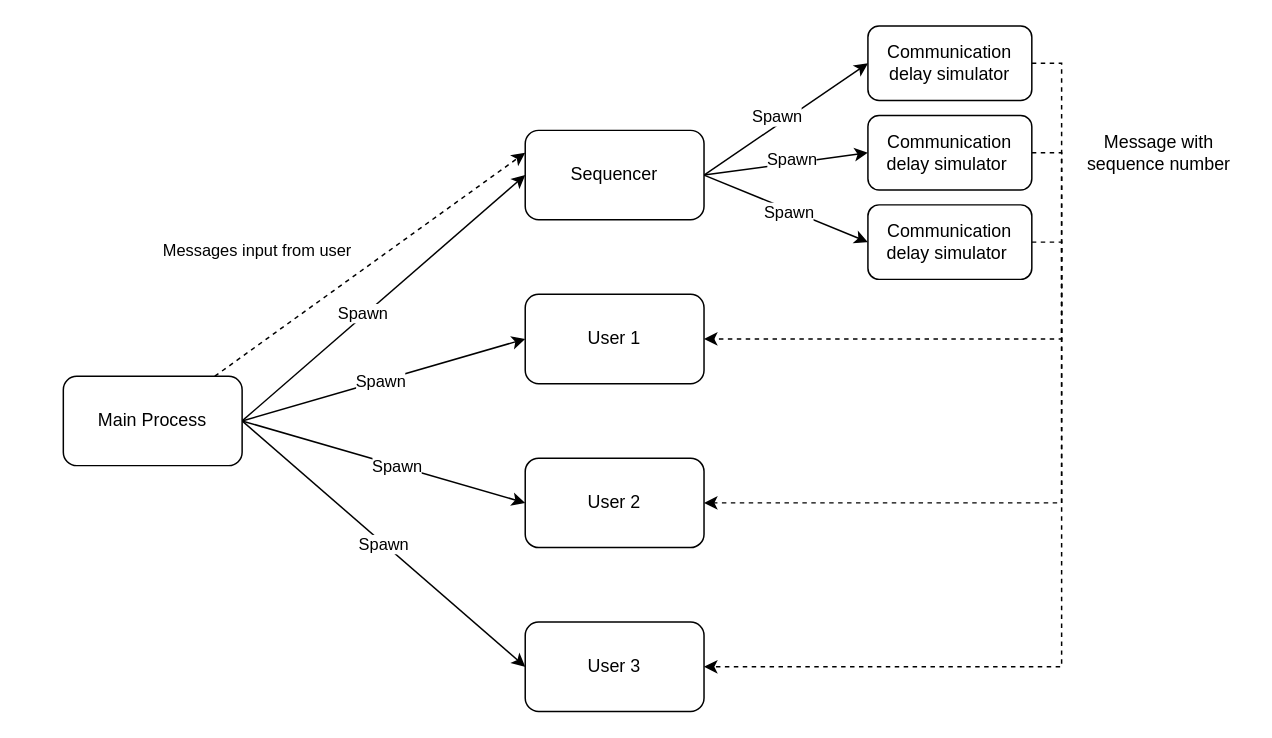
thetkpark/csc371-assignment keeps this draw.io diagram as dline/go/Document/structure.drawio. Above is the earlier version. Source tidied: cells renumbered, new cells numbered last; positions are measured from the earlier drawing's top-left corner, leaving out a move shared by most shapes. Both pictures are drawn from the tidied source at 149%, with x=0, y=0 at pixel (63, 25).
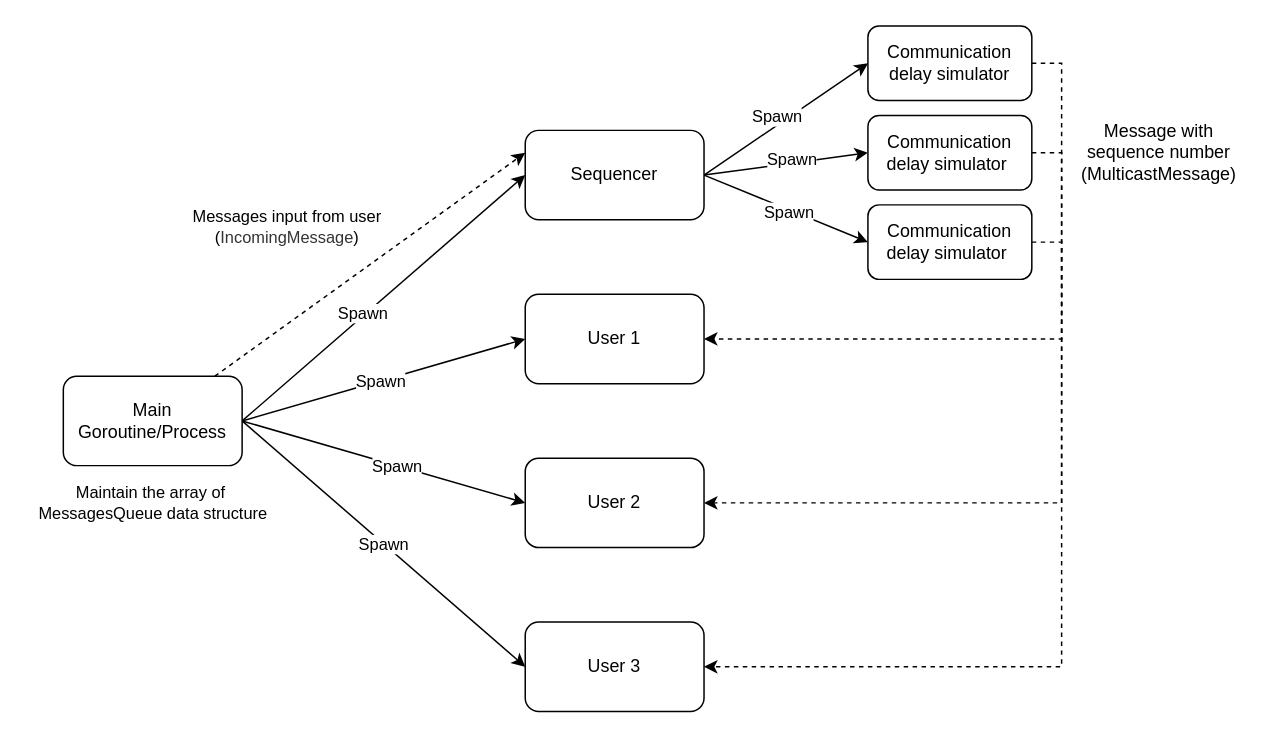
Above is the later version.

Unchanged cells that the change refers to:
```xml
<mxCell id="9" style="rounded=0;jettySize=auto;html=1;entryX=0;entryY=0.25;entryDx=0;entryDy=0;dashed=1;" parent="1" edge="1" source="11" target="18">
  <mxGeometry relative="1" as="geometry" />
</mxCell>
```

What changed in the source:
```diff
@@
-    <mxCell id="10" value="Messages input from user" style="edgeLabel;html=1;align=center;verticalAlign=middle;" parent="9" vertex="1">
-      <mxGeometry x="-0.18" relative="1" as="geometry">
-        <mxPoint x="-57" y="-23" as="offset" />
-      </mxGeometry>
-    </mxCell>
-    <mxCell id="11" value="Main Process" style="rounded=1;whiteSpace=wrap;html=1;" parent="1" vertex="1">
+    <mxCell id="11" value="Main Goroutine/Process" style="rounded=1;whiteSpace=wrap;html=1;" parent="1" vertex="1">
       <mxGeometry y="235" width="120" height="60" as="geometry" />
     </mxCell>
@@
-    <mxCell id="28" value="Message with &lt;br&gt;sequence number" style="text;html=1;align=center;verticalAlign=middle;strokeColor=none;fillColor=none;" parent="1" vertex="1">
-      <mxGeometry x="680" y="70" width="110" height="30" as="geometry" />
+    <mxCell id="28" value="Message with &lt;br&gt;sequence number&lt;br&gt;(MulticastMessage)" style="text;html=1;align=center;verticalAlign=middle;strokeColor=none;fillColor=none;" parent="1" vertex="1">
+      <mxGeometry x="675" y="60" width="120" height="50" as="geometry" />
     </mxCell>
+    <mxCell id="29" value="&lt;span style=&quot;background-color: rgb(255 , 255 , 255)&quot;&gt;Messages input from user&lt;/span&gt;&lt;br&gt;&lt;span style=&quot;background-color: rgb(255 , 255 , 255)&quot;&gt;(&lt;/span&gt;&lt;span style=&quot;box-sizing: border-box ; color: rgb(51 , 51 , 51)&quot;&gt;IncomingMessage&lt;/span&gt;&lt;span style=&quot;background-color: rgb(255 , 255 , 255)&quot;&gt;)&lt;/span&gt;" style="text;html=1;align=center;verticalAlign=middle;strokeColor=none;fillColor=none;fontSize=11;fontFamily=Helvetica;" parent="1" vertex="1">
+      <mxGeometry x="80" y="120" width="140" height="30" as="geometry" />
+    </mxCell>
+    <mxCell id="30" value="&lt;font style=&quot;font-size: 11px&quot;&gt;Maintain the array of&amp;nbsp;&lt;br&gt;&lt;span style=&quot;box-sizing: border-box&quot;&gt;&lt;span class=&quot;md-plain&quot; style=&quot;box-sizing: border-box&quot;&gt;MessagesQueue data structure&lt;/span&gt;&lt;/span&gt;&lt;/font&gt;" style="text;html=1;align=center;verticalAlign=middle;strokeColor=none;fillColor=none;fontSize=11;fontFamily=Helvetica;" parent="1" vertex="1">
+      <mxGeometry x="-25" y="305" width="170" height="30" as="geometry" />
+    </mxCell>
```
